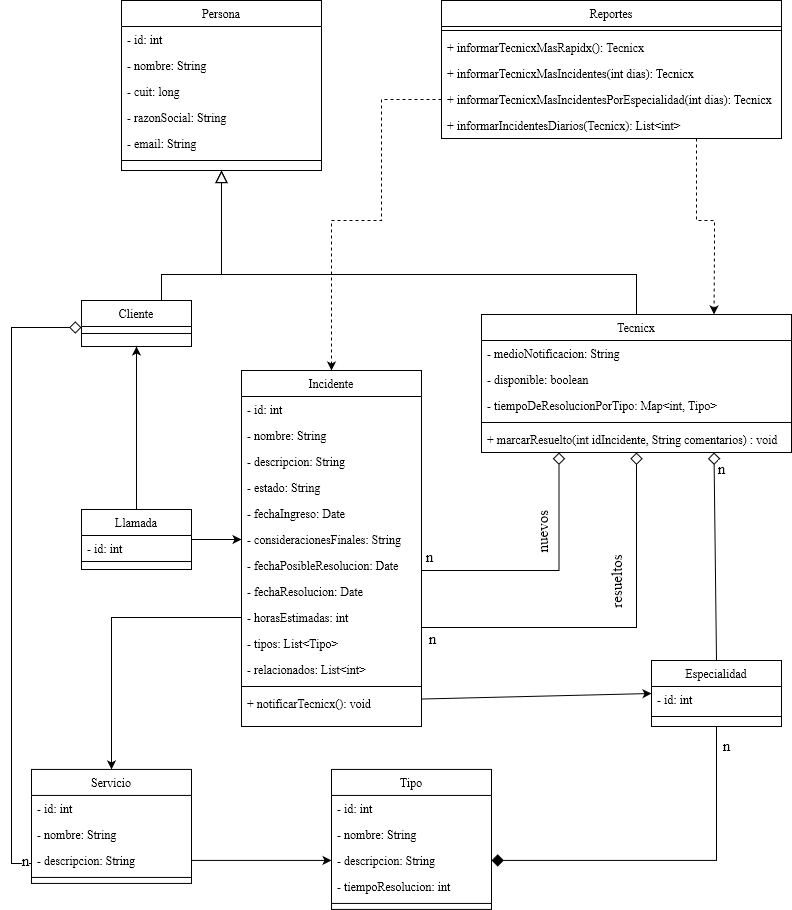
Before: modelo/TP-integrador.drawio.png, a diagram exported from draw.io (JulyAnAr88/JAVArgProg-TpIntegrador). Source tidied: cells renumbered, new cells last; positions are measured from the earlier drawing's top-left corner, leaving out a move shared by most shapes.
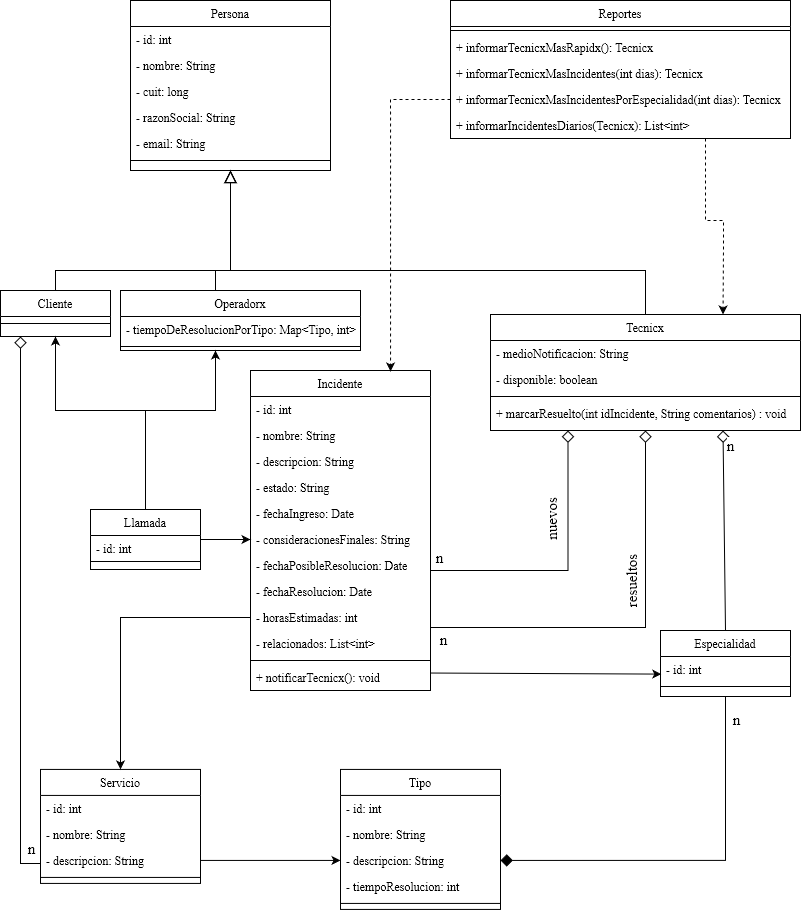
After the change.

Diff of the diagram source:
```diff
@@ -5,8 +5,8 @@
     <mxCell id="2" style="edgeStyle=orthogonalEdgeStyle;rounded=0;jettySize=auto;html=1;entryX=0.5;entryY=1;entryDx=0;entryDy=0;endArrow=block;endFill=0;exitX=0.5;exitY=0;exitDx=0;exitDy=0;strokeWidth=1;endSize=10;" parent="1" edge="1" source="5" target="44">
       <mxGeometry relative="1" as="geometry">
         <Array as="points">
-          <mxPoint x="150" y="274" />
-          <mxPoint x="210" y="274" />
+          <mxPoint x="35" y="270" />
+          <mxPoint x="210" y="270" />
         </Array>
       </mxGeometry>
     </mxCell>
@@ -20,11 +20,11 @@
     </mxCell>
     <mxCell id="4" value="&lt;font style=&quot;font-size: 15px;&quot;&gt;n&lt;/font&gt;" style="edgeLabel;html=1;align=center;verticalAlign=middle;" parent="3" vertex="1">
       <mxGeometry x="0.92" y="-2" relative="1" as="geometry">
-        <mxPoint x="-8" as="offset" />
+        <mxPoint x="-12" y="-10" as="offset" />
       </mxGeometry>
     </mxCell>
     <mxCell id="5" value="Cliente" style="swimlane;fontStyle=0;align=center;verticalAlign=top;horizontal=1;startSize=26;rounded=0;shadow=0;strokeWidth=1;" parent="1" vertex="1">
-      <mxGeometry x="70" y="300" width="110" height="46" as="geometry" />
+      <mxGeometry x="-20" y="290" width="110" height="46" as="geometry" />
     </mxCell>
     <mxCell id="6" style="line;html=1;strokeWidth=1;align=left;verticalAlign=middle;spacingTop=-1;spacingLeft=3;spacingRight=3;labelPosition=right;" parent="5" vertex="1">
       <mxGeometry y="26" width="110" height="14" as="geometry" />
@@ -46,7 +46,7 @@
       </mxGeometry>
     </mxCell>
     <mxCell id="11" value="Especialidad" style="swimlane;fontStyle=0;align=center;verticalAlign=top;horizontal=1;startSize=26;rounded=0;shadow=0;strokeWidth=1;" parent="1" vertex="1">
-      <mxGeometry x="640" y="660" width="130" height="66" as="geometry" />
+      <mxGeometry x="640" y="630" width="130" height="66" as="geometry" />
     </mxCell>
     <mxCell id="12" value="- id: int" style="text;align=left;verticalAlign=top;spacingLeft=4;spacingRight=4;overflow=hidden;points=[[0,0.5],[1,0.5]];portConstraint=eastwest;" parent="11" vertex="1">
       <mxGeometry y="26" width="130" height="26" as="geometry" />
@@ -81,7 +81,7 @@
     </mxCell>
     <mxCell id="18" value="resueltos" style="edgeLabel;html=1;align=center;verticalAlign=middle;fontSize=15;rotation=-90;" parent="17" vertex="1">
       <mxGeometry x="0.05" y="-4" relative="1" as="geometry">
-        <mxPoint x="8" y="-49" as="offset" />
+        <mxPoint x="2" y="-49" as="offset" />
       </mxGeometry>
     </mxCell>
     <mxCell id="19" value="&lt;font style=&quot;font-size: 15px;&quot;&gt;n&lt;/font&gt;" style="edgeLabel;html=1;align=center;verticalAlign=middle;" parent="17" vertex="1">
@@ -90,7 +90,7 @@
       </mxGeometry>
     </mxCell>
     <mxCell id="20" value="Incidente" style="swimlane;fontStyle=0;align=center;verticalAlign=top;horizontal=1;startSize=26;rounded=0;shadow=0;strokeWidth=1;" parent="1" vertex="1">
-      <mxGeometry x="230" y="370" width="180" height="356" as="geometry" />
+      <mxGeometry x="230" y="370" width="180" height="320" as="geometry" />
     </mxCell>
     <mxCell id="21" value="- id: int" style="text;align=left;verticalAlign=top;spacingLeft=4;spacingRight=4;overflow=hidden;" parent="20" vertex="1">
       <mxGeometry y="26" width="180" height="26" as="geometry" />
@@ -119,18 +119,24 @@
     <mxCell id="29" value="- horasEstimadas: int" style="text;align=left;verticalAlign=top;spacingLeft=4;spacingRight=4;overflow=hidden;points=[[0,0.5],[1,0.5]];portConstraint=eastwest;" parent="20" vertex="1">
       <mxGeometry y="234" width="180" height="26" as="geometry" />
     </mxCell>
-    <mxCell id="30" value="- tipos: List&lt;Tipo&gt;" style="text;align=left;verticalAlign=top;spacingLeft=4;spacingRight=4;overflow=hidden;" parent="20" vertex="1">
-      <mxGeometry y="260" width="180" height="26" as="geometry" />
-    </mxCell>
     <mxCell id="31" value="- relacionados: List&lt;int&gt;" style="text;align=left;verticalAlign=top;spacingLeft=4;spacingRight=4;overflow=hidden;" parent="20" vertex="1">
-      <mxGeometry y="286" width="180" height="26" as="geometry" />
+      <mxGeometry y="260" width="180" height="26" as="geometry" />
     </mxCell>
     <mxCell id="32" style="line;html=1;strokeWidth=1;align=left;verticalAlign=middle;spacingTop=-1;spacingLeft=3;spacingRight=3;labelPosition=right;" parent="20" vertex="1">
-      <mxGeometry y="312" width="180" height="8" as="geometry" />
+      <mxGeometry y="286" width="180" height="8" as="geometry" />
     </mxCell>
     <mxCell id="33" value="+ notificarTecnicx(): void" style="text;align=left;verticalAlign=top;spacingLeft=4;spacingRight=4;overflow=hidden;points=[[0,0.5],[1,0.5]];portConstraint=eastwest;" parent="20" vertex="1">
-      <mxGeometry y="320" width="180" height="26" as="geometry" />
+      <mxGeometry y="294" width="180" height="26" as="geometry" />
     </mxCell>
+    <mxCell id="75" style="edgeStyle=orthogonalEdgeStyle;rounded=0;jettySize=auto;html=1;" parent="1" edge="1" source="34">
+      <mxGeometry relative="1" as="geometry">
+        <mxPoint x="195" y="350" as="targetPoint" />
+        <Array as="points">
+          <mxPoint x="125" y="410" />
+          <mxPoint x="195" y="410" />
+        </Array>
+      </mxGeometry>
+    </mxCell>
     <mxCell id="34" value="Llamada" style="swimlane;fontStyle=0;align=center;verticalAlign=top;horizontal=1;startSize=26;rounded=0;shadow=0;strokeWidth=1;" parent="1" vertex="1">
       <mxGeometry x="70" y="509" width="110" height="60" as="geometry" />
     </mxCell>
@@ -143,14 +149,13 @@
     <mxCell id="37" style="edgeStyle=orthogonalEdgeStyle;rounded=0;jettySize=auto;html=1;endArrow=block;endFill=0;entryX=0.5;entryY=1;entryDx=0;entryDy=0;exitX=0.5;exitY=0;exitDx=0;exitDy=0;endSize=10;" parent="1" edge="1" source="38" target="44">
       <mxGeometry relative="1" as="geometry">
         <Array as="points">
-          <mxPoint x="625" y="304" />
-          <mxPoint x="625" y="274" />
-          <mxPoint x="430" y="274" />
+          <mxPoint x="625" y="270" />
+          <mxPoint x="210" y="270" />
         </Array>
       </mxGeometry>
     </mxCell>
     <mxCell id="38" value="Tecnicx" style="swimlane;fontStyle=0;align=center;verticalAlign=top;horizontal=1;startSize=26;rounded=0;shadow=0;strokeWidth=1;" parent="1" vertex="1">
-      <mxGeometry x="470" y="314" width="310" height="138" as="geometry" />
+      <mxGeometry x="470" y="314" width="310" height="116" as="geometry" />
     </mxCell>
     <mxCell id="39" value="- medioNotificacion: String" style="text;align=left;verticalAlign=top;spacingLeft=4;spacingRight=4;overflow=hidden;rounded=0;shadow=0;html=0;" parent="38" vertex="1">
       <mxGeometry y="26" width="310" height="26" as="geometry" />
@@ -158,14 +163,11 @@
     <mxCell id="40" value="- disponible: boolean" style="text;align=left;verticalAlign=top;spacingLeft=4;spacingRight=4;overflow=hidden;rounded=0;shadow=0;html=0;" parent="38" vertex="1">
       <mxGeometry y="52" width="310" height="26" as="geometry" />
     </mxCell>
-    <mxCell id="41" value="- tiempoDeResolucionPorTipo: Map&lt;int, Tipo&gt;" style="text;align=left;verticalAlign=top;spacingLeft=4;spacingRight=4;overflow=hidden;rounded=0;shadow=0;html=0;" parent="38" vertex="1">
-      <mxGeometry y="78" width="310" height="26" as="geometry" />
-    </mxCell>
     <mxCell id="42" style="line;html=1;strokeWidth=1;align=left;verticalAlign=middle;spacingTop=-1;spacingLeft=3;spacingRight=3;labelPosition=right;" parent="38" vertex="1">
-      <mxGeometry y="104" width="310" height="8" as="geometry" />
+      <mxGeometry y="78" width="310" height="8" as="geometry" />
     </mxCell>
     <mxCell id="43" value="+ marcarResuelto(int idIncidente, String comentarios) : void" style="text;align=left;verticalAlign=top;spacingLeft=4;spacingRight=4;overflow=hidden;" parent="38" vertex="1">
-      <mxGeometry y="112" width="310" height="26" as="geometry" />
+      <mxGeometry y="86" width="310" height="26" as="geometry" />
     </mxCell>
     <mxCell id="44" value="Persona" style="swimlane;fontStyle=0;align=center;verticalAlign=top;horizontal=1;startSize=26;rounded=0;shadow=0;strokeWidth=1;" parent="1" vertex="1">
       <mxGeometry x="110" width="200" height="170" as="geometry" />
@@ -203,12 +205,10 @@
     <mxCell id="55" style="line;html=1;strokeWidth=1;align=left;verticalAlign=middle;spacingTop=-1;spacingLeft=3;spacingRight=3;labelPosition=right;" parent="51" vertex="1">
       <mxGeometry y="104" width="160" height="8" as="geometry" />
     </mxCell>
-    <mxCell id="56" style="edgeStyle=orthogonalEdgeStyle;rounded=0;jettySize=auto;html=1;entryX=0.5;entryY=0;entryDx=0;entryDy=0;dashed=1;exitX=0;exitY=0.5;exitDx=0;exitDy=0;" parent="1" edge="1" source="62" target="20">
+    <mxCell id="56" style="edgeStyle=orthogonalEdgeStyle;rounded=0;jettySize=auto;html=1;dashed=1;exitX=0;exitY=0.5;exitDx=0;exitDy=0;entryX=0.778;entryY=0.003;entryDx=0;entryDy=0;entryPerimeter=0;" parent="1" edge="1" source="62" target="20">
       <mxGeometry relative="1" as="geometry">
         <Array as="points">
           <mxPoint x="370" y="99" />
-          <mxPoint x="370" y="220" />
-          <mxPoint x="320" y="220" />
         </Array>
       </mxGeometry>
     </mxCell>
@@ -260,15 +260,15 @@
     <mxCell id="70" style="edgeStyle=orthogonalEdgeStyle;rounded=0;jettySize=auto;html=1;entryX=0.5;entryY=1;entryDx=0;entryDy=0;exitX=0.5;exitY=0;exitDx=0;exitDy=0;" parent="1" edge="1" source="34" target="5">
       <mxGeometry relative="1" as="geometry">
         <Array as="points">
-          <mxPoint x="125" y="440" />
-          <mxPoint x="125" y="440" />
+          <mxPoint x="125" y="410" />
+          <mxPoint x="35" y="410" />
         </Array>
       </mxGeometry>
     </mxCell>
     <mxCell id="71" style="rounded=0;jettySize=auto;html=1;entryX=0;entryY=0.5;entryDx=0;entryDy=0;exitX=1;exitY=0.5;exitDx=0;exitDy=0;" parent="1" edge="1" source="34" target="26">
       <mxGeometry relative="1" as="geometry" />
     </mxCell>
-    <mxCell id="72" style="rounded=0;jettySize=auto;html=1;entryX=0;entryY=0.5;entryDx=0;entryDy=0;exitX=1.001;exitY=0.328;exitDx=0;exitDy=0;exitPerimeter=0;" parent="1" edge="1" source="33" target="11">
+    <mxCell id="72" style="rounded=0;jettySize=auto;html=1;entryX=0.006;entryY=0.677;entryDx=0;entryDy=0;exitX=1.001;exitY=0.328;exitDx=0;exitDy=0;exitPerimeter=0;entryPerimeter=0;" parent="1" edge="1" source="33" target="12">
       <mxGeometry relative="1" as="geometry" />
     </mxCell>
     <mxCell id="73" style="edgeStyle=orthogonalEdgeStyle;rounded=0;jettySize=auto;html=1;startArrow=none;startFill=0;endArrow=classic;endFill=1;startSize=10;endSize=6;" parent="1" edge="1" source="29" target="51">
@@ -277,5 +277,22 @@
     <mxCell id="74" style="edgeStyle=orthogonalEdgeStyle;rounded=0;jettySize=auto;html=1;exitX=1;exitY=0.5;exitDx=0;exitDy=0;entryX=0;entryY=0.5;entryDx=0;entryDy=0;" parent="1" edge="1" source="54" target="67">
       <mxGeometry relative="1" as="geometry" />
     </mxCell>
+    <mxCell id="76" style="edgeStyle=orthogonalEdgeStyle;rounded=0;jettySize=auto;html=1;endSize=10;endArrow=block;endFill=0;entryX=0.5;entryY=1;entryDx=0;entryDy=0;" parent="1" edge="1" source="77" target="44">
+      <mxGeometry relative="1" as="geometry">
+        <Array as="points">
+          <mxPoint x="195" y="270" />
+          <mxPoint x="210" y="270" />
+        </Array>
+      </mxGeometry>
+    </mxCell>
+    <mxCell id="77" value="Operadorx" style="swimlane;fontStyle=0;align=center;verticalAlign=top;horizontal=1;startSize=26;rounded=0;shadow=0;strokeWidth=1;" parent="1" vertex="1">
+      <mxGeometry x="100" y="290" width="240" height="60" as="geometry" />
+    </mxCell>
+    <mxCell id="41" value="- tiempoDeResolucionPorTipo: Map&lt;Tipo, int&gt;" style="text;align=left;verticalAlign=top;spacingLeft=4;spacingRight=4;overflow=hidden;rounded=0;shadow=0;html=0;" parent="77" vertex="1">
+      <mxGeometry y="26" width="240" height="26" as="geometry" />
+    </mxCell>
+    <mxCell id="78" style="line;html=1;strokeWidth=1;align=left;verticalAlign=middle;spacingTop=-1;spacingLeft=3;spacingRight=3;labelPosition=right;" parent="77" vertex="1">
+      <mxGeometry y="52" width="240" height="8" as="geometry" />
+    </mxCell>
   </root>
 </mxGraphModel>
```
